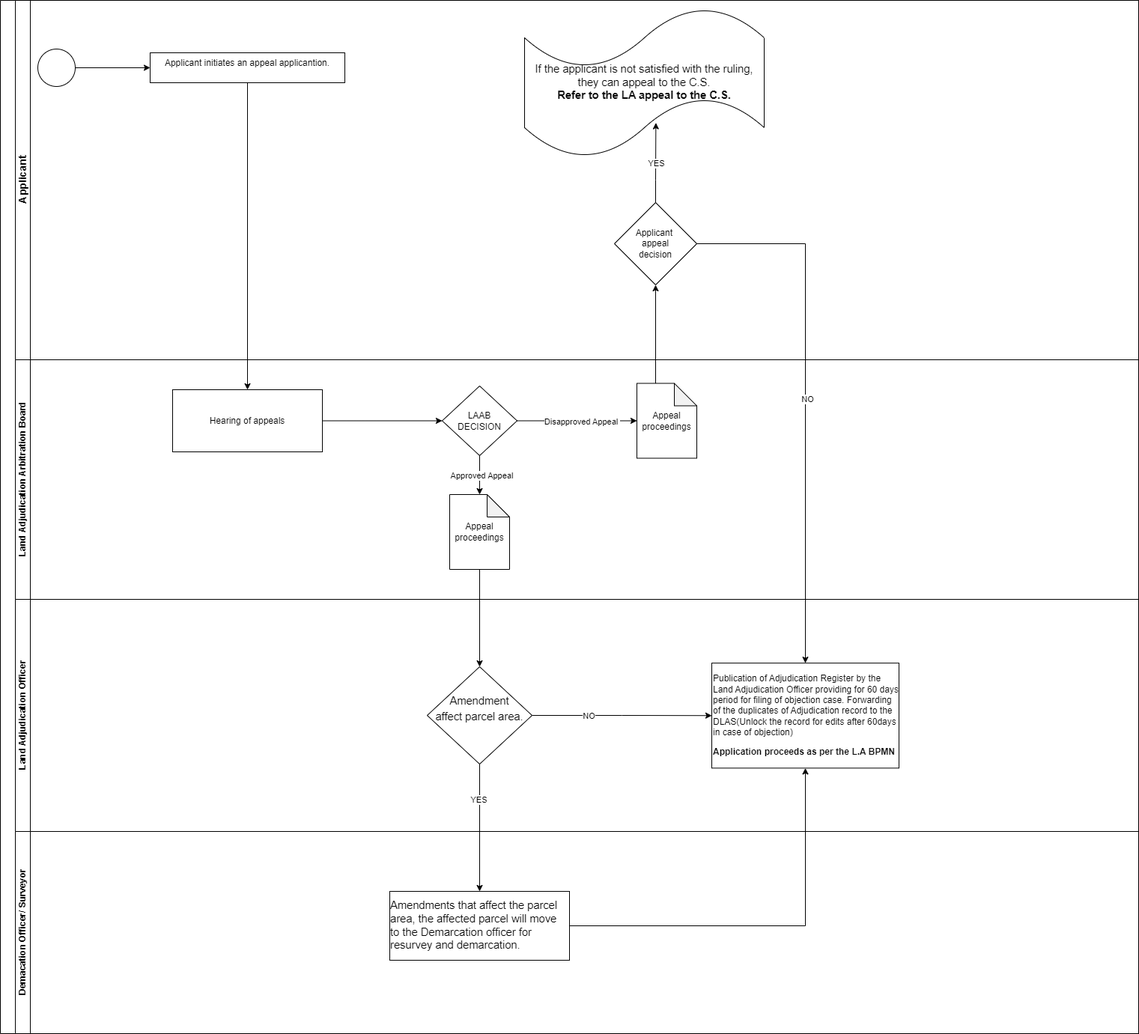
Before: Land Adjudication Appeal to the LAAB.drawio.png, a diagram exported from draw.io (geoprojectke/BPMN). Source tidied: cells renumbered, new cells last; positions are measured from the earlier drawing's top-left corner, leaving out a move shared by most shapes.
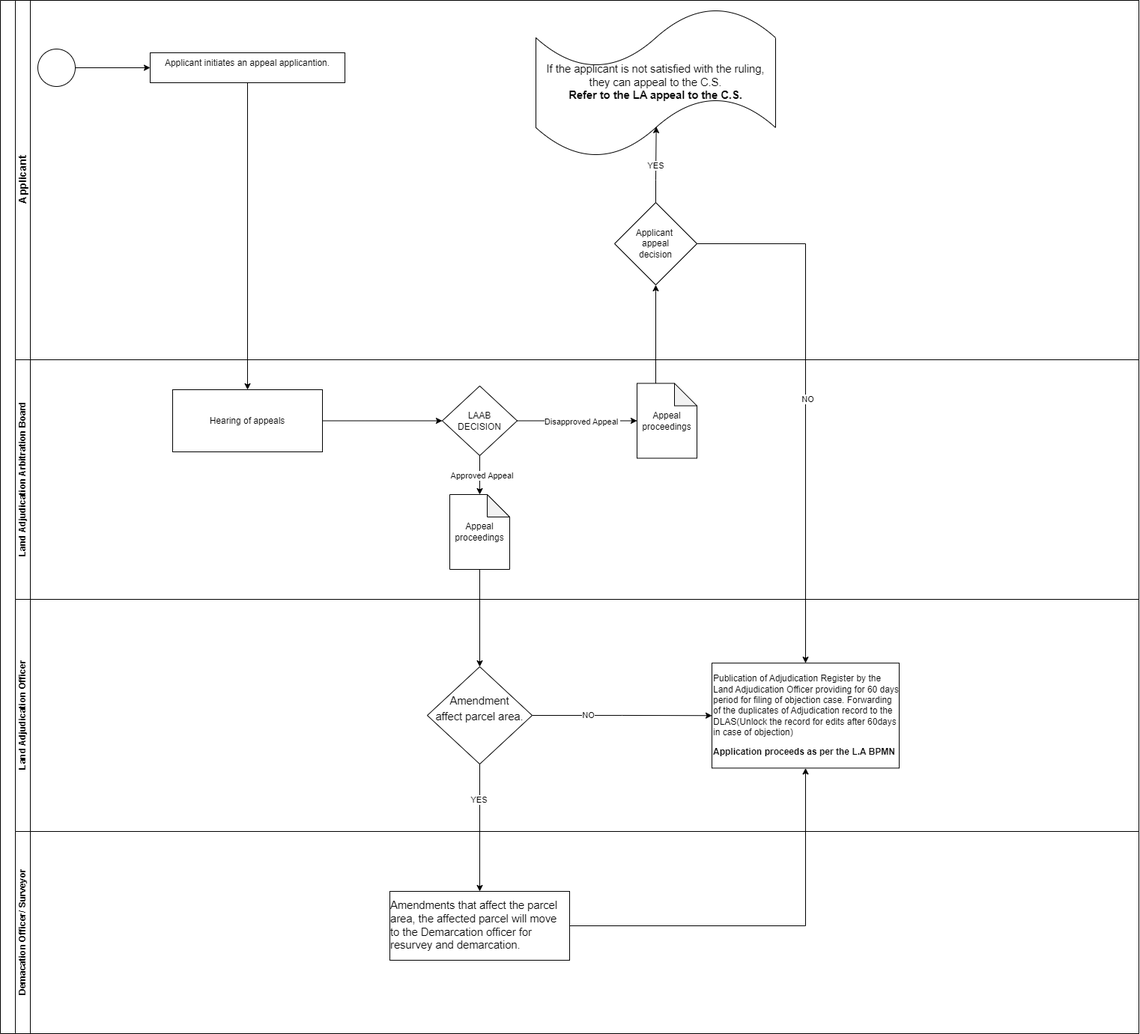
The same file after the commit.

Change to the diagram source:
```diff
@@ -18,16 +18,16 @@
       <mxGeometry x="180" y="70" width="260" height="40" as="geometry" />
     </mxCell>
     <mxCell id="7" value="&lt;span id=&quot;docs-internal-guid-db0c2f5f-7fff-f415-b782-565040d1eb2e&quot;&gt;&lt;span style=&quot;font-size: 11pt; font-family: Arial, sans-serif; background-color: transparent; font-variant-numeric: normal; font-variant-east-asian: normal; font-variant-alternates: normal; font-variant-position: normal; vertical-align: baseline; white-space-collapse: preserve;&quot;&gt;If the applicant is not satisfied with the ruling, they can appeal to the C.S.&lt;/span&gt;&lt;/span&gt;&lt;div&gt;&lt;span&gt;&lt;span style=&quot;font-size: 11pt; font-family: Arial, sans-serif; background-color: transparent; font-variant-numeric: normal; font-variant-east-asian: normal; font-variant-alternates: normal; font-variant-position: normal; vertical-align: baseline; white-space-collapse: preserve;&quot;&gt;&lt;b&gt;Refer to the LA appeal to the C.S.&lt;/b&gt;&lt;/span&gt;&lt;/span&gt;&lt;/div&gt;" style="shape=tape;whiteSpace=wrap;html=1;" parent="3" vertex="1">
-      <mxGeometry x="680" y="10" width="320" height="200" as="geometry" />
+      <mxGeometry x="695" y="10" width="320" height="200" as="geometry" />
     </mxCell>
     <mxCell id="8" value="Applicant&amp;nbsp;&lt;div&gt;appeal&lt;div&gt;decision&lt;/div&gt;&lt;/div&gt;" style="rhombus;whiteSpace=wrap;html=1;" parent="3" vertex="1">
       <mxGeometry x="800" y="270" width="110" height="110" as="geometry" />
     </mxCell>
-    <mxCell id="9" style="edgeStyle=orthogonalEdgeStyle;rounded=0;jettySize=auto;html=1;exitX=0.5;exitY=0;exitDx=0;exitDy=0;entryX=0.548;entryY=0.768;entryDx=0;entryDy=0;entryPerimeter=0;" parent="3" edge="1" source="8" target="7">
+    <mxCell id="9" style="edgeStyle=orthogonalEdgeStyle;rounded=0;jettySize=auto;html=1;exitX=0.5;exitY=0;exitDx=0;exitDy=0;entryX=0.502;entryY=0.794;entryDx=0;entryDy=0;entryPerimeter=0;" parent="3" edge="1" source="8" target="7">
       <mxGeometry relative="1" as="geometry" />
     </mxCell>
     <mxCell id="10" value="YES" style="edgeLabel;html=1;align=center;verticalAlign=middle;" parent="9" vertex="1">
-      <mxGeometry x="-0.01" relative="1" as="geometry" />
+      <mxGeometry y="1" relative="1" as="geometry" />
     </mxCell>
     <mxCell id="11" value="Land Adjudication Arbitration Board" style="swimlane;html=1;startSize=20;horizontal=0;" parent="2" vertex="1">
       <mxGeometry x="20" y="480" width="1500" height="320" as="geometry" />
```
